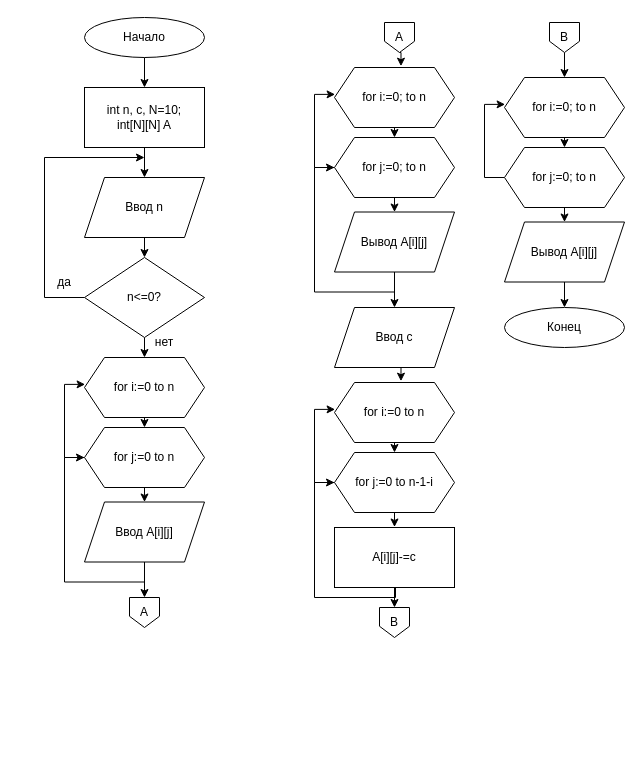
Before: c-lessons/Лабораторная1_2семестр.drawio in lubarog13/codes, a draw.io diagram. Source tidied: cells renumbered, new cells numbered last; positions are measured from the earlier drawing's top-left corner, leaving out a move shared by most shapes. Both pictures are drawn from the tidied source at 100%, with x=0, y=0 at pixel (34, 17).
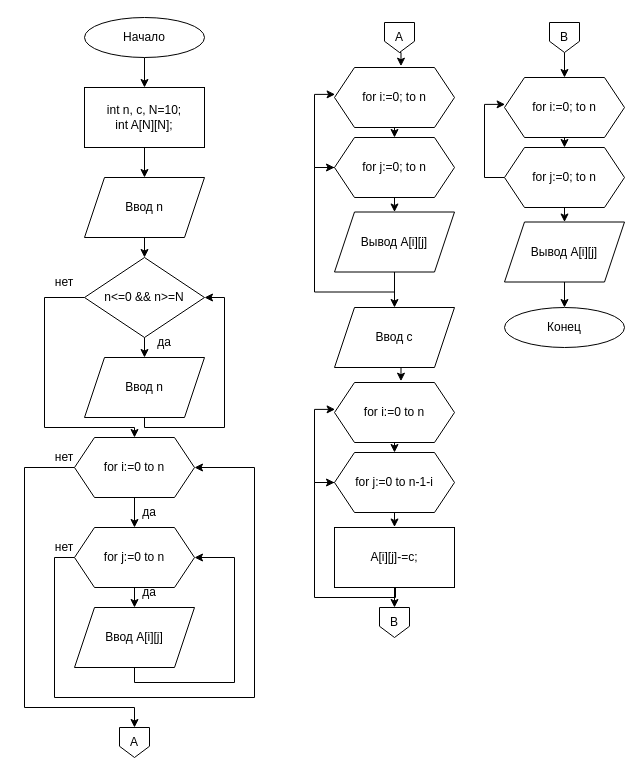
After the change.

Change to the diagram source:
```diff
@@
-    <mxCell id="5" value="int n, c, N=10;&lt;br&gt;int[N][N] A" style="rounded=0;whiteSpace=wrap;html=1;" parent="1" vertex="1">
+    <mxCell id="5" value="int n, c, N=10;&lt;br&gt;int A[N][N];" style="rounded=0;whiteSpace=wrap;html=1;" parent="1" vertex="1">
       <mxGeometry x="50" y="70" width="120" height="60" as="geometry" />
     </mxCell>
@@
-    <mxCell id="8" style="edgeStyle=orthogonalEdgeStyle;rounded=0;jettySize=auto;html=1;exitX=0;exitY=0.5;exitDx=0;exitDy=0;" parent="1" edge="1" source="10">
+    <mxCell id="8" style="edgeStyle=orthogonalEdgeStyle;rounded=0;jettySize=auto;html=1;exitX=0;exitY=0.5;exitDx=0;exitDy=0;entryX=0.5;entryY=0;entryDx=0;entryDy=0;" parent="1" edge="1" source="10" target="15">
       <mxGeometry relative="1" as="geometry">
-        <mxPoint x="110" y="140" as="targetPoint" />
         <Array as="points">
           <mxPoint x="10" y="280" />
-          <mxPoint x="10" y="140" />
-          <mxPoint x="111" y="140" />
+          <mxPoint x="10" y="410" />
+          <mxPoint x="100" y="410" />
         </Array>
       </mxGeometry>
     </mxCell>
@@
-    <mxCell id="10" value="n&amp;lt;=0?" style="rhombus;whiteSpace=wrap;html=1;" parent="1" vertex="1">
+    <mxCell id="10" value="n&amp;lt;=0 &amp;amp;&amp;amp; n&amp;gt;=N" style="rhombus;whiteSpace=wrap;html=1;" parent="1" vertex="1">
       <mxGeometry x="50" y="240" width="120" height="80" as="geometry" />
     </mxCell>
-    <mxCell id="11" value="да" style="text;html=1;strokeColor=none;fillColor=none;align=center;verticalAlign=middle;whiteSpace=wrap;rounded=0;" parent="1" vertex="1">
+    <mxCell id="11" value="нет" style="text;html=1;strokeColor=none;fillColor=none;align=center;verticalAlign=middle;whiteSpace=wrap;rounded=0;" parent="1" vertex="1">
       <mxGeometry y="250" width="60" height="30" as="geometry" />
     </mxCell>
-    <mxCell id="12" value="нет" style="text;html=1;strokeColor=none;fillColor=none;align=center;verticalAlign=middle;whiteSpace=wrap;rounded=0;" parent="1" vertex="1">
+    <mxCell id="12" value="да" style="text;html=1;strokeColor=none;fillColor=none;align=center;verticalAlign=middle;whiteSpace=wrap;rounded=0;" parent="1" vertex="1">
       <mxGeometry x="100" y="310" width="60" height="30" as="geometry" />
     </mxCell>
@@
+    <mxCell id="53" style="edgeStyle=orthogonalEdgeStyle;rounded=0;jettySize=auto;html=1;exitX=0;exitY=0.5;exitDx=0;exitDy=0;" parent="1" edge="1" source="15" target="49">
+      <mxGeometry relative="1" as="geometry">
+        <Array as="points">
+          <mxPoint x="-10" y="450" />
+          <mxPoint x="-10" y="690" />
+          <mxPoint x="100" y="690" />
+        </Array>
+      </mxGeometry>
+    </mxCell>
     <mxCell id="15" value="for i:=0 to n" style="shape=hexagon;perimeter=hexagonPerimeter2;whiteSpace=wrap;html=1;fixedSize=1;" parent="1" vertex="1">
-      <mxGeometry x="50" y="340" width="120" height="60" as="geometry" />
+      <mxGeometry x="40" y="420" width="120" height="60" as="geometry" />
     </mxCell>
@@
-    <mxCell id="17" style="edgeStyle=orthogonalEdgeStyle;rounded=0;jettySize=auto;html=1;exitX=0;exitY=0.5;exitDx=0;exitDy=0;entryX=0.005;entryY=0.448;entryDx=0;entryDy=0;entryPerimeter=0;" parent="1" edge="1" source="18" target="15">
-      <mxGeometry relative="1" as="geometry" />
+    <mxCell id="17" style="edgeStyle=orthogonalEdgeStyle;rounded=0;jettySize=auto;html=1;exitX=0;exitY=0.5;exitDx=0;exitDy=0;entryX=1;entryY=0.5;entryDx=0;entryDy=0;" parent="1" edge="1" source="18" target="15">
+      <mxGeometry relative="1" as="geometry">
+        <Array as="points">
+          <mxPoint x="20" y="540" />
+          <mxPoint x="20" y="680" />
+          <mxPoint x="220" y="680" />
+          <mxPoint x="220" y="450" />
+        </Array>
+      </mxGeometry>
     </mxCell>
     <mxCell id="18" value="for j:=0 to n" style="shape=hexagon;perimeter=hexagonPerimeter2;whiteSpace=wrap;html=1;fixedSize=1;" parent="1" vertex="1">
-      <mxGeometry x="50" y="410" width="120" height="60" as="geometry" />
+      <mxGeometry x="40" y="510" width="120" height="60" as="geometry" />
     </mxCell>
-    <mxCell id="19" style="edgeStyle=orthogonalEdgeStyle;rounded=0;jettySize=auto;html=1;exitX=0.5;exitY=1;exitDx=0;exitDy=0;entryX=0;entryY=0.5;entryDx=0;entryDy=0;" parent="1" edge="1" source="21" target="18">
-      <mxGeometry relative="1" as="geometry" />
+    <mxCell id="19" style="edgeStyle=orthogonalEdgeStyle;rounded=0;jettySize=auto;html=1;exitX=0.5;exitY=1;exitDx=0;exitDy=0;entryX=1;entryY=0.5;entryDx=0;entryDy=0;" parent="1" edge="1" source="21" target="18">
+      <mxGeometry relative="1" as="geometry">
+        <Array as="points">
+          <mxPoint x="100" y="665" />
+          <mxPoint x="200" y="665" />
+          <mxPoint x="200" y="540" />
+        </Array>
+      </mxGeometry>
     </mxCell>
-    <mxCell id="20" style="edgeStyle=orthogonalEdgeStyle;rounded=0;jettySize=auto;html=1;exitX=0.5;exitY=1;exitDx=0;exitDy=0;entryX=0.5;entryY=0;entryDx=0;entryDy=0;" parent="1" edge="1" source="21">
-      <mxGeometry relative="1" as="geometry">
-        <mxPoint x="110" y="580" as="targetPoint" />
-      </mxGeometry>
-    </mxCell>
     <mxCell id="21" value="Ввод A[i][j]" style="shape=parallelogram;perimeter=parallelogramPerimeter;whiteSpace=wrap;html=1;fixedSize=1;" parent="1" vertex="1">
-      <mxGeometry x="50" y="484.5" width="120" height="60" as="geometry" />
+      <mxGeometry x="40" y="590" width="120" height="60" as="geometry" />
     </mxCell>
@@
-    <mxCell id="39" value="A[i][j]-=c" style="rounded=0;whiteSpace=wrap;html=1;" parent="1" vertex="1">
+    <mxCell id="39" value="A[i][j]-=c;" style="rounded=0;whiteSpace=wrap;html=1;" parent="1" vertex="1">
       <mxGeometry x="300" y="510" width="120" height="60" as="geometry" />
     </mxCell>
@@
     <mxCell id="49" value="А" style="shape=offPageConnector;whiteSpace=wrap;html=1;" parent="1" vertex="1">
-      <mxGeometry x="95" y="580" width="30" height="30" as="geometry" />
+      <mxGeometry x="85" y="710" width="30" height="30" as="geometry" />
     </mxCell>
@@
+    <mxCell id="54" style="edgeStyle=orthogonalEdgeStyle;rounded=0;jettySize=auto;html=1;exitX=0.5;exitY=1;exitDx=0;exitDy=0;entryX=1;entryY=0.5;entryDx=0;entryDy=0;" parent="1" edge="1" source="55" target="10">
+      <mxGeometry relative="1" as="geometry">
+        <Array as="points">
+          <mxPoint x="110" y="410" />
+          <mxPoint x="190" y="410" />
+          <mxPoint x="190" y="280" />
+        </Array>
+      </mxGeometry>
+    </mxCell>
+    <mxCell id="55" value="Ввод n" style="shape=parallelogram;perimeter=parallelogramPerimeter;whiteSpace=wrap;html=1;fixedSize=1;" parent="1" vertex="1">
+      <mxGeometry x="50" y="340" width="120" height="60" as="geometry" />
+    </mxCell>
+    <mxCell id="56" value="нет" style="text;html=1;strokeColor=none;fillColor=none;align=center;verticalAlign=middle;whiteSpace=wrap;rounded=0;" parent="1" vertex="1">
+      <mxGeometry y="425" width="60" height="30" as="geometry" />
+    </mxCell>
+    <mxCell id="57" value="да" style="text;html=1;strokeColor=none;fillColor=none;align=center;verticalAlign=middle;whiteSpace=wrap;rounded=0;" parent="1" vertex="1">
+      <mxGeometry x="85" y="480" width="60" height="30" as="geometry" />
+    </mxCell>
+    <mxCell id="58" value="да" style="text;html=1;strokeColor=none;fillColor=none;align=center;verticalAlign=middle;whiteSpace=wrap;rounded=0;" parent="1" vertex="1">
+      <mxGeometry x="85" y="560" width="60" height="30" as="geometry" />
+    </mxCell>
+    <mxCell id="59" value="нет" style="text;html=1;strokeColor=none;fillColor=none;align=center;verticalAlign=middle;whiteSpace=wrap;rounded=0;" parent="1" vertex="1">
+      <mxGeometry y="515" width="60" height="30" as="geometry" />
+    </mxCell>
```
